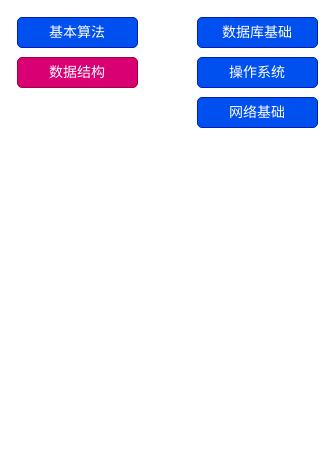
The draw.io diagram jinfuzifund.drawio in wustmz/oss, before the edit. Source tidied: cells renumbered, new cells numbered last; positions are measured from the earlier drawing's top-left corner, leaving out a move shared by most shapes. Both pictures are drawn from the tidied source at 100%, with x=0, y=0 at pixel (17, 17).
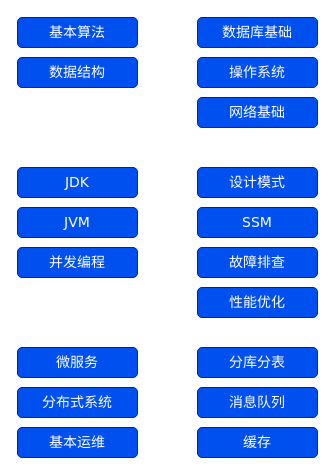
Above is the later version.

What changed in the source:
```diff
@@
 <mxGraphModel>
   <root>
     <mxCell id="0" />
     <mxCell id="1" parent="0" />
     <mxCell id="2" value="&lt;font color=&quot;#ffffff&quot; style=&quot;font-size: 14px&quot; face=&quot;Verdana&quot;&gt;基本算法&lt;/font&gt;" style="rounded=1;whiteSpace=wrap;html=1;fillColor=#0050ef;fontColor=#ffffff;strokeColor=#001DBC;" parent="1" vertex="1">
       <mxGeometry width="120" height="30" as="geometry" />
     </mxCell>
-    <mxCell id="3" value="&lt;font color=&quot;#ffffff&quot; style=&quot;font-size: 14px&quot; face=&quot;Verdana&quot;&gt;数据结构&lt;/font&gt;" style="rounded=1;whiteSpace=wrap;html=1;fillColor=#d80073;fontColor=#ffffff;strokeColor=#A50040;" parent="1" vertex="1">
+    <mxCell id="3" value="&lt;font color=&quot;#ffffff&quot; style=&quot;font-size: 14px&quot; face=&quot;Verdana&quot;&gt;数据结构&lt;/font&gt;" style="rounded=1;whiteSpace=wrap;html=1;fillColor=#0050ef;fontColor=#ffffff;strokeColor=#001DBC;" parent="1" vertex="1">
       <mxGeometry y="40" width="120" height="30" as="geometry" />
     </mxCell>
     <mxCell id="4" value="&lt;font color=&quot;#ffffff&quot; style=&quot;font-size: 14px&quot; face=&quot;Verdana&quot;&gt;数据库基础&lt;/font&gt;" style="rounded=1;whiteSpace=wrap;html=1;fillColor=#0050ef;fontColor=#ffffff;strokeColor=#001DBC;" parent="1" vertex="1">
       <mxGeometry x="180" width="120" height="30" as="geometry" />
     </mxCell>
     <mxCell id="5" value="&lt;font color=&quot;#ffffff&quot; style=&quot;font-size: 14px&quot; face=&quot;Verdana&quot;&gt;操作系统&lt;/font&gt;" style="rounded=1;whiteSpace=wrap;html=1;fillColor=#0050ef;fontColor=#ffffff;strokeColor=#001DBC;" parent="1" vertex="1">
       <mxGeometry x="180" y="40" width="120" height="30" as="geometry" />
     </mxCell>
     <mxCell id="6" value="&lt;font color=&quot;#ffffff&quot; style=&quot;font-size: 14px&quot; face=&quot;Verdana&quot;&gt;网络基础&lt;/font&gt;" style="rounded=1;whiteSpace=wrap;html=1;fillColor=#0050ef;fontColor=#ffffff;strokeColor=#001DBC;" parent="1" vertex="1">
       <mxGeometry x="180" y="80" width="120" height="30" as="geometry" />
     </mxCell>
+    <mxCell id="7" value="&lt;font color=&quot;#ffffff&quot; style=&quot;font-size: 14px&quot; face=&quot;Verdana&quot;&gt;JDK&lt;br&gt;&lt;/font&gt;" style="rounded=1;whiteSpace=wrap;html=1;fillColor=#0050ef;fontColor=#ffffff;strokeColor=#001DBC;" parent="1" vertex="1">
+      <mxGeometry y="150" width="120" height="30" as="geometry" />
+    </mxCell>
+    <mxCell id="8" value="&lt;font color=&quot;#ffffff&quot; style=&quot;font-size: 14px&quot; face=&quot;Verdana&quot;&gt;设计模式&lt;br&gt;&lt;/font&gt;" style="rounded=1;whiteSpace=wrap;html=1;fillColor=#0050ef;fontColor=#ffffff;strokeColor=#001DBC;" parent="1" vertex="1">
+      <mxGeometry x="180" y="150" width="120" height="30" as="geometry" />
+    </mxCell>
+    <mxCell id="9" value="&lt;font color=&quot;#ffffff&quot; style=&quot;font-size: 14px&quot; face=&quot;Verdana&quot;&gt;JVM&lt;br&gt;&lt;/font&gt;" style="rounded=1;whiteSpace=wrap;html=1;fillColor=#0050ef;fontColor=#ffffff;strokeColor=#001DBC;" parent="1" vertex="1">
+      <mxGeometry y="190" width="120" height="30" as="geometry" />
+    </mxCell>
+    <mxCell id="10" value="&lt;font color=&quot;#ffffff&quot; style=&quot;font-size: 14px&quot; face=&quot;Verdana&quot;&gt;SSM&lt;br&gt;&lt;/font&gt;" style="rounded=1;whiteSpace=wrap;html=1;fillColor=#0050ef;fontColor=#ffffff;strokeColor=#001DBC;" parent="1" vertex="1">
+      <mxGeometry x="180" y="190" width="120" height="30" as="geometry" />
+    </mxCell>
+    <mxCell id="11" value="&lt;font color=&quot;#ffffff&quot; style=&quot;font-size: 14px&quot; face=&quot;Verdana&quot;&gt;并发编程&lt;br&gt;&lt;/font&gt;" style="rounded=1;whiteSpace=wrap;html=1;fillColor=#0050ef;fontColor=#ffffff;strokeColor=#001DBC;" parent="1" vertex="1">
+      <mxGeometry y="230" width="120" height="30" as="geometry" />
+    </mxCell>
+    <mxCell id="12" value="&lt;font color=&quot;#ffffff&quot; style=&quot;font-size: 14px&quot; face=&quot;Verdana&quot;&gt;故障排查&lt;br&gt;&lt;/font&gt;" style="rounded=1;whiteSpace=wrap;html=1;fillColor=#0050ef;fontColor=#ffffff;strokeColor=#001DBC;" parent="1" vertex="1">
+      <mxGeometry x="180" y="230" width="120" height="30" as="geometry" />
+    </mxCell>
+    <mxCell id="13" value="&lt;font color=&quot;#ffffff&quot; style=&quot;font-size: 14px&quot; face=&quot;Verdana&quot;&gt;性能优化&lt;br&gt;&lt;/font&gt;" style="rounded=1;whiteSpace=wrap;html=1;fillColor=#0050ef;fontColor=#ffffff;strokeColor=#001DBC;" parent="1" vertex="1">
+      <mxGeometry x="180" y="270" width="120" height="30" as="geometry" />
+    </mxCell>
+    <mxCell id="14" value="&lt;font color=&quot;#ffffff&quot; style=&quot;font-size: 14px&quot; face=&quot;Verdana&quot;&gt;微服务&lt;br&gt;&lt;/font&gt;" style="rounded=1;whiteSpace=wrap;html=1;fillColor=#0050ef;fontColor=#ffffff;strokeColor=#001DBC;" parent="1" vertex="1">
+      <mxGeometry y="330" width="120" height="30" as="geometry" />
+    </mxCell>
+    <mxCell id="15" value="&lt;font color=&quot;#ffffff&quot; style=&quot;font-size: 14px&quot; face=&quot;Verdana&quot;&gt;分布式系统&lt;br&gt;&lt;/font&gt;" style="rounded=1;whiteSpace=wrap;html=1;fillColor=#0050ef;fontColor=#ffffff;strokeColor=#001DBC;" parent="1" vertex="1">
+      <mxGeometry y="370" width="120" height="30" as="geometry" />
+    </mxCell>
+    <mxCell id="16" value="&lt;font color=&quot;#ffffff&quot; style=&quot;font-size: 14px&quot; face=&quot;Verdana&quot;&gt;分库分表&lt;br&gt;&lt;/font&gt;" style="rounded=1;whiteSpace=wrap;html=1;fillColor=#0050ef;fontColor=#ffffff;strokeColor=#001DBC;" parent="1" vertex="1">
+      <mxGeometry x="180" y="330" width="120" height="30" as="geometry" />
+    </mxCell>
+    <mxCell id="17" value="&lt;font color=&quot;#ffffff&quot; style=&quot;font-size: 14px&quot; face=&quot;Verdana&quot;&gt;消息队列&lt;br&gt;&lt;/font&gt;" style="rounded=1;whiteSpace=wrap;html=1;fillColor=#0050ef;fontColor=#ffffff;strokeColor=#001DBC;" parent="1" vertex="1">
+      <mxGeometry x="180" y="370" width="120" height="30" as="geometry" />
+    </mxCell>
+    <mxCell id="18" value="&lt;font color=&quot;#ffffff&quot; style=&quot;font-size: 14px&quot; face=&quot;Verdana&quot;&gt;缓存&lt;br&gt;&lt;/font&gt;" style="rounded=1;whiteSpace=wrap;html=1;fillColor=#0050ef;fontColor=#ffffff;strokeColor=#001DBC;" parent="1" vertex="1">
+      <mxGeometry x="180" y="410" width="120" height="30" as="geometry" />
+    </mxCell>
+    <mxCell id="19" value="&lt;font color=&quot;#ffffff&quot; style=&quot;font-size: 14px&quot; face=&quot;Verdana&quot;&gt;基本运维&lt;br&gt;&lt;/font&gt;" style="rounded=1;whiteSpace=wrap;html=1;fillColor=#0050ef;fontColor=#ffffff;strokeColor=#001DBC;" parent="1" vertex="1">
+      <mxGeometry y="410" width="120" height="30" as="geometry" />
+    </mxCell>
   </root>
 </mxGraphModel>
```
